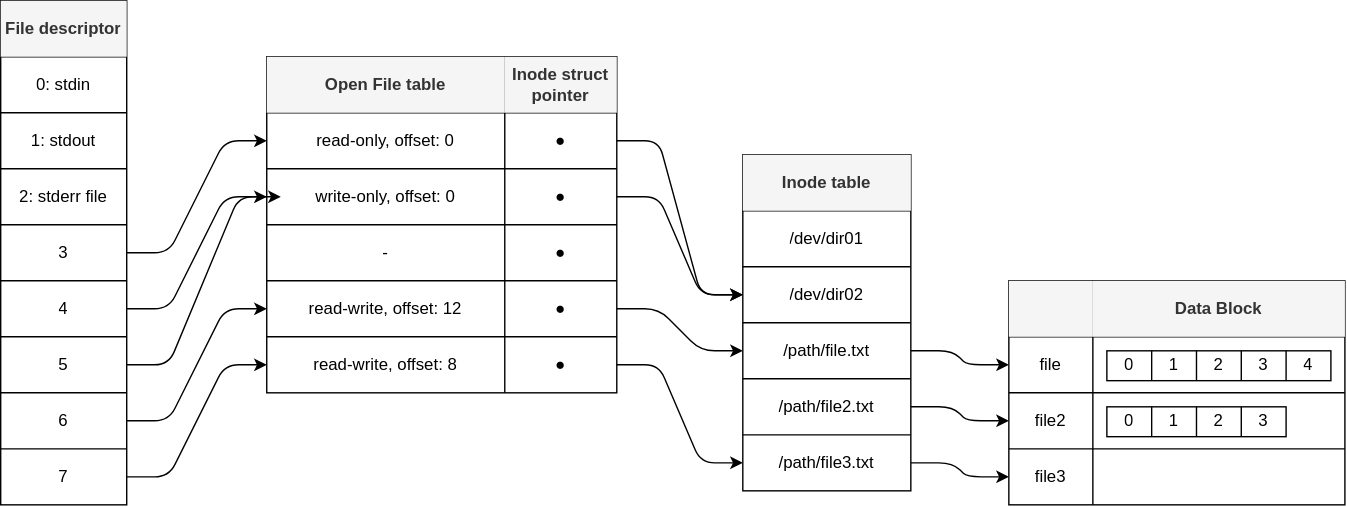
Before: 05/yongki/assets/file-descriptor.drawio.svg, a diagram exported from draw.io (cs-study-org/cs-study). Source tidied: cells renumbered, new cells last; positions are measured from the earlier drawing's top-left corner, leaving out a move shared by most shapes.
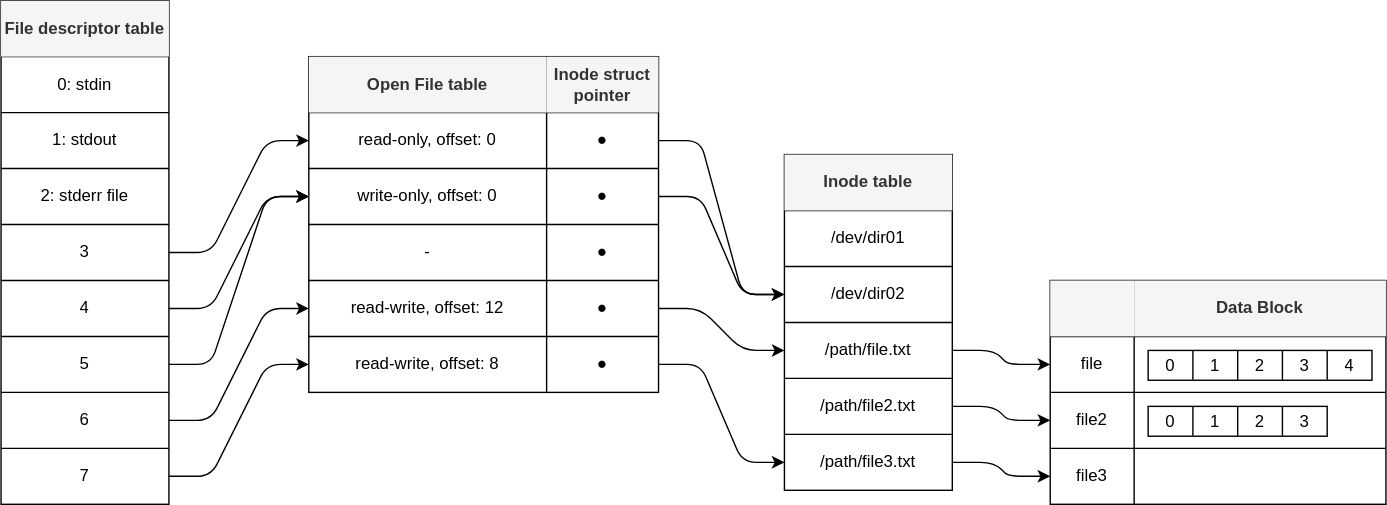
Above is the later version.

Commit message:
:adhesive_bandage: Fix file descriptor asset

The edit, as a diff of the source:
```diff
@@ -3,61 +3,61 @@
     <mxCell id="0" />
     <mxCell id="1" parent="0" />
     <mxCell id="2" style="shape=table;startSize=0;" parent="1" vertex="1">
-      <mxGeometry width="90" height="360" as="geometry" />
+      <mxGeometry x="-30" width="120" height="360" as="geometry" />
     </mxCell>
     <mxCell id="3" style="shape=partialRectangle;fillColor=none;top=0;left=0;bottom=0;right=0;" parent="2" vertex="1">
-      <mxGeometry width="90" height="40" as="geometry" />
+      <mxGeometry width="120" height="40" as="geometry" />
     </mxCell>
-    <mxCell id="4" value="&lt;b&gt;File descriptor&lt;/b&gt;" style="shape=partialRectangle;html=1;whiteSpace=wrap;overflow=hidden;fillColor=#f5f5f5;top=0;left=0;bottom=0;right=0;fontColor=#333333;strokeColor=#666666;" parent="3" vertex="1">
-      <mxGeometry width="90" height="40" as="geometry" />
+    <mxCell id="4" value="&lt;b&gt;File descriptor table&lt;/b&gt;" style="shape=partialRectangle;html=1;whiteSpace=wrap;overflow=hidden;fillColor=#f5f5f5;top=0;left=0;bottom=0;right=0;fontColor=#333333;strokeColor=#666666;" parent="3" vertex="1">
+      <mxGeometry width="120" height="40" as="geometry" />
     </mxCell>
     <mxCell id="5" style="shape=partialRectangle;fillColor=none;top=0;left=0;bottom=0;right=0;" parent="2" vertex="1">
-      <mxGeometry y="40" width="90" height="40" as="geometry" />
+      <mxGeometry y="40" width="120" height="40" as="geometry" />
     </mxCell>
     <mxCell id="6" value="0: stdin" style="shape=partialRectangle;html=1;whiteSpace=wrap;overflow=hidden;fillColor=none;top=0;left=0;bottom=0;right=0;" parent="5" vertex="1">
-      <mxGeometry width="90" height="40" as="geometry" />
+      <mxGeometry width="120" height="40" as="geometry" />
     </mxCell>
     <mxCell id="7" style="shape=partialRectangle;fillColor=none;top=0;left=0;bottom=0;right=0;" parent="2" vertex="1">
-      <mxGeometry y="80" width="90" height="40" as="geometry" />
+      <mxGeometry y="80" width="120" height="40" as="geometry" />
     </mxCell>
     <mxCell id="8" value="1: stdout" style="shape=partialRectangle;html=1;whiteSpace=wrap;overflow=hidden;fillColor=none;top=0;left=0;bottom=0;right=0;" parent="7" vertex="1">
-      <mxGeometry width="90" height="40" as="geometry" />
+      <mxGeometry width="120" height="40" as="geometry" />
     </mxCell>
     <mxCell id="9" style="shape=partialRectangle;fillColor=none;top=0;left=0;bottom=0;right=0;" parent="2" vertex="1">
-      <mxGeometry y="120" width="90" height="40" as="geometry" />
+      <mxGeometry y="120" width="120" height="40" as="geometry" />
     </mxCell>
     <mxCell id="10" value="2: stderr file" style="shape=partialRectangle;html=1;whiteSpace=wrap;overflow=hidden;fillColor=none;top=0;left=0;bottom=0;right=0;" parent="9" vertex="1">
-      <mxGeometry width="90" height="40" as="geometry" />
+      <mxGeometry width="120" height="40" as="geometry" />
     </mxCell>
     <mxCell id="11" style="shape=partialRectangle;fillColor=none;top=0;left=0;bottom=0;right=0;points=[[0,0.5],[1,0.5]];portConstraint=eastwest;" parent="2" vertex="1">
-      <mxGeometry y="160" width="90" height="40" as="geometry" />
+      <mxGeometry y="160" width="120" height="40" as="geometry" />
     </mxCell>
     <mxCell id="12" value="3" style="shape=partialRectangle;html=1;whiteSpace=wrap;overflow=hidden;fillColor=none;top=0;left=0;bottom=0;right=0;" parent="11" vertex="1">
-      <mxGeometry width="90" height="40" as="geometry" />
+      <mxGeometry width="120" height="40" as="geometry" />
     </mxCell>
     <mxCell id="13" style="shape=partialRectangle;fillColor=none;top=0;left=0;bottom=0;right=0;points=[[0,0.5],[1,0.5]];portConstraint=eastwest;" parent="2" vertex="1">
-      <mxGeometry y="200" width="90" height="40" as="geometry" />
+      <mxGeometry y="200" width="120" height="40" as="geometry" />
     </mxCell>
     <mxCell id="14" value="4" style="shape=partialRectangle;html=1;whiteSpace=wrap;overflow=hidden;fillColor=none;top=0;left=0;bottom=0;right=0;" parent="13" vertex="1">
-      <mxGeometry width="90" height="40" as="geometry" />
+      <mxGeometry width="120" height="40" as="geometry" />
     </mxCell>
     <mxCell id="15" style="shape=partialRectangle;fillColor=none;top=0;left=0;bottom=0;right=0;points=[[0,0.5],[1,0.5]];portConstraint=eastwest;" parent="2" vertex="1">
-      <mxGeometry y="240" width="90" height="40" as="geometry" />
+      <mxGeometry y="240" width="120" height="40" as="geometry" />
     </mxCell>
     <mxCell id="16" value="5" style="shape=partialRectangle;html=1;whiteSpace=wrap;overflow=hidden;fillColor=none;top=0;left=0;bottom=0;right=0;" parent="15" vertex="1">
-      <mxGeometry width="90" height="40" as="geometry" />
+      <mxGeometry width="120" height="40" as="geometry" />
     </mxCell>
     <mxCell id="17" style="shape=partialRectangle;fillColor=none;top=0;left=0;bottom=0;right=0;points=[[0,0.5],[1,0.5]];portConstraint=eastwest;" parent="2" vertex="1">
-      <mxGeometry y="280" width="90" height="40" as="geometry" />
+      <mxGeometry y="280" width="120" height="40" as="geometry" />
     </mxCell>
     <mxCell id="18" value="6" style="shape=partialRectangle;html=1;whiteSpace=wrap;overflow=hidden;fillColor=none;top=0;left=0;bottom=0;right=0;" parent="17" vertex="1">
-      <mxGeometry width="90" height="40" as="geometry" />
+      <mxGeometry width="120" height="40" as="geometry" />
     </mxCell>
     <mxCell id="19" style="shape=partialRectangle;fillColor=none;top=0;left=0;bottom=0;right=0;points=[[0,0.5],[1,0.5]];portConstraint=eastwest;" parent="2" vertex="1">
-      <mxGeometry y="320" width="90" height="40" as="geometry" />
+      <mxGeometry y="320" width="120" height="40" as="geometry" />
     </mxCell>
     <mxCell id="20" value="7" style="shape=partialRectangle;html=1;whiteSpace=wrap;overflow=hidden;fillColor=none;top=0;left=0;bottom=0;right=0;" parent="19" vertex="1">
-      <mxGeometry width="90" height="40" as="geometry" />
+      <mxGeometry width="120" height="40" as="geometry" />
     </mxCell>
     <mxCell id="21" style="shape=table;startSize=0;" parent="1" vertex="1">
       <mxGeometry x="190" y="40" width="250" height="240" as="geometry" />
@@ -175,7 +175,7 @@
     </mxCell>
     <mxCell id="59" style="edgeStyle=entityRelationEdgeStyle;rounded=1;html=1;exitX=1;exitY=0.5;exitDx=0;exitDy=0;" parent="1" edge="1" source="15">
       <mxGeometry relative="1" as="geometry">
-        <mxPoint x="200" y="140" as="targetPoint" />
+        <mxPoint x="190" y="140" as="targetPoint" />
       </mxGeometry>
     </mxCell>
     <mxCell id="60" style="edgeStyle=entityRelationEdgeStyle;rounded=1;html=1;exitX=1;exitY=0.5;exitDx=0;exitDy=0;entryX=0;entryY=0.5;entryDx=0;entryDy=0;" parent="1" edge="1" source="17" target="34">
```
